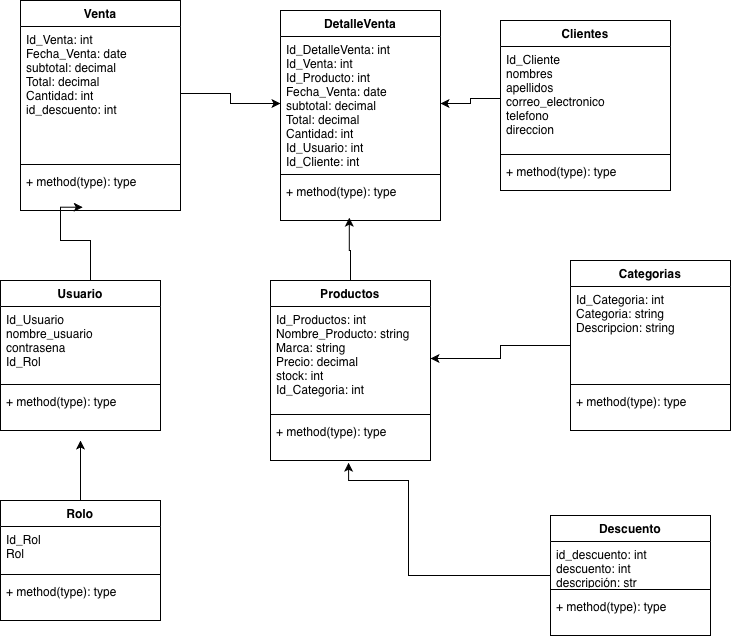
This is diagrama_clases.png from manasesrivas/database_sistema_ventas_productos, a draw.io export, as it was before one commit. Source tidied: cells renumbered, new cells last; positions are measured from the earlier drawing's top-left corner, leaving out a move shared by most shapes. Source of this version:
```xml
<mxGraphModel background="#FFFFFF">
  <root>
    <mxCell id="0" />
    <mxCell id="1" parent="0" />
    <mxCell id="2" style="edgeStyle=orthogonalEdgeStyle;rounded=0;jettySize=auto;html=1;entryX=1;entryY=0.5;entryDx=0;entryDy=0;" parent="1" edge="1" source="3" target="8">
      <mxGeometry relative="1" as="geometry" />
    </mxCell>
    <mxCell id="3" value="Categorias" style="swimlane;fontStyle=1;align=center;verticalAlign=top;horizontal=1;startSize=26;whiteSpace=wrap;html=1;" parent="1" vertex="1">
      <mxGeometry x="570" y="260" width="160" height="170" as="geometry" />
    </mxCell>
    <mxCell id="4" value="Id_Categoria: int&lt;div&gt;Categoria: string&lt;/div&gt;&lt;div&gt;Descripcion: string&lt;/div&gt;" style="text;strokeColor=none;fillColor=none;align=left;verticalAlign=top;spacingLeft=4;spacingRight=4;overflow=hidden;whiteSpace=wrap;html=1;" parent="3" vertex="1">
      <mxGeometry y="26" width="160" height="94" as="geometry" />
    </mxCell>
    <mxCell id="5" style="line;strokeWidth=1;fillColor=none;align=left;verticalAlign=middle;spacingTop=-1;spacingLeft=3;spacingRight=3;labelPosition=right;strokeColor=inherit;" parent="3" vertex="1">
      <mxGeometry y="120" width="160" height="8" as="geometry" />
    </mxCell>
    <mxCell id="6" value="+ method(type): type" style="text;strokeColor=none;fillColor=none;align=left;verticalAlign=top;spacingLeft=4;spacingRight=4;overflow=hidden;whiteSpace=wrap;html=1;" parent="3" vertex="1">
      <mxGeometry y="128" width="160" height="42" as="geometry" />
    </mxCell>
    <mxCell id="7" value="Productos" style="swimlane;fontStyle=1;align=center;verticalAlign=top;horizontal=1;startSize=26;whiteSpace=wrap;html=1;" parent="1" vertex="1">
      <mxGeometry x="270" y="280" width="160" height="180" as="geometry" />
    </mxCell>
    <mxCell id="8" value="Id_Productos: int&lt;div&gt;Nombre_Producto: string&lt;/div&gt;&lt;div&gt;Marca: string&lt;/div&gt;&lt;div&gt;Precio: decimal&lt;/div&gt;&lt;div&gt;stock: int&lt;/div&gt;&lt;div&gt;Id_Categoria: int&lt;/div&gt;" style="text;strokeColor=none;fillColor=none;align=left;verticalAlign=top;spacingLeft=4;spacingRight=4;overflow=hidden;points=[[0,0.5],[1,0.5]];portConstraint=eastwest;whiteSpace=wrap;html=1;" parent="7" vertex="1">
      <mxGeometry y="26" width="160" height="104" as="geometry" />
    </mxCell>
    <mxCell id="9" style="line;strokeWidth=1;fillColor=none;align=left;verticalAlign=middle;spacingTop=-1;spacingLeft=3;spacingRight=3;labelPosition=right;strokeColor=inherit;" parent="7" vertex="1">
      <mxGeometry y="130" width="160" height="8" as="geometry" />
    </mxCell>
    <mxCell id="10" value="+ method(type): type" style="text;strokeColor=none;fillColor=none;align=left;verticalAlign=top;spacingLeft=4;spacingRight=4;overflow=hidden;points=[[0,0.5],[1,0.5]];portConstraint=eastwest;whiteSpace=wrap;html=1;" parent="7" vertex="1">
      <mxGeometry y="138" width="160" height="42" as="geometry" />
    </mxCell>
    <mxCell id="11" value="Venta" style="swimlane;fontStyle=1;align=center;verticalAlign=top;horizontal=1;startSize=26;whiteSpace=wrap;html=1;" parent="1" vertex="1">
      <mxGeometry x="20" width="160" height="210" as="geometry" />
    </mxCell>
    <mxCell id="12" value="Id_Venta: int&lt;div&gt;Fecha_Venta: date&lt;/div&gt;&lt;div&gt;subtotal: decimal&lt;/div&gt;&lt;div&gt;Total: decimal&lt;/div&gt;&lt;div&gt;Cantidad: int&lt;/div&gt;&lt;div&gt;id_descuento: int&lt;/div&gt;" style="text;strokeColor=none;fillColor=none;align=left;verticalAlign=top;spacingLeft=4;spacingRight=4;overflow=hidden;points=[[0,0.5],[1,0.5]];portConstraint=eastwest;whiteSpace=wrap;html=1;" parent="11" vertex="1">
      <mxGeometry y="26" width="160" height="134" as="geometry" />
    </mxCell>
    <mxCell id="13" style="line;strokeWidth=1;fillColor=none;align=left;verticalAlign=middle;spacingTop=-1;spacingLeft=3;spacingRight=3;labelPosition=right;strokeColor=inherit;" parent="11" vertex="1">
      <mxGeometry y="160" width="160" height="8" as="geometry" />
    </mxCell>
    <mxCell id="14" value="+ method(type): type" style="text;strokeColor=none;fillColor=none;align=left;verticalAlign=top;spacingLeft=4;spacingRight=4;overflow=hidden;points=[[0,0.5],[1,0.5]];portConstraint=eastwest;whiteSpace=wrap;html=1;" parent="11" vertex="1">
      <mxGeometry y="168" width="160" height="42" as="geometry" />
    </mxCell>
    <mxCell id="15" value="DetalleVenta" style="swimlane;fontStyle=1;align=center;verticalAlign=top;horizontal=1;startSize=26;whiteSpace=wrap;html=1;" parent="1" vertex="1">
      <mxGeometry x="280" y="10" width="160" height="210" as="geometry" />
    </mxCell>
    <mxCell id="16" value="Id_DetalleVenta: int&lt;div&gt;Id_Venta: int&lt;/div&gt;&lt;div&gt;Id_Producto: int&lt;/div&gt;&lt;div&gt;Fecha_Venta: date&lt;/div&gt;&lt;div&gt;subtotal: decimal&lt;/div&gt;&lt;div&gt;Total: decimal&lt;/div&gt;&lt;div&gt;Cantidad: int&lt;/div&gt;&lt;div&gt;Id_Usuario: int&lt;/div&gt;&lt;div&gt;Id_Cliente: int&lt;/div&gt;" style="text;align=left;verticalAlign=top;spacingLeft=4;spacingRight=4;overflow=hidden;points=[[0,0.5],[1,0.5]];portConstraint=eastwest;whiteSpace=wrap;html=1;" parent="15" vertex="1">
      <mxGeometry y="26" width="160" height="134" as="geometry" />
    </mxCell>
    <mxCell id="17" style="line;strokeWidth=1;fillColor=none;align=left;verticalAlign=middle;spacingTop=-1;spacingLeft=3;spacingRight=3;labelPosition=right;strokeColor=inherit;" parent="15" vertex="1">
      <mxGeometry y="160" width="160" height="8" as="geometry" />
    </mxCell>
    <mxCell id="18" value="+ method(type): type" style="text;strokeColor=none;fillColor=none;align=left;verticalAlign=top;spacingLeft=4;spacingRight=4;overflow=hidden;points=[[0,0.5],[1,0.5]];portConstraint=eastwest;whiteSpace=wrap;html=1;" parent="15" vertex="1">
      <mxGeometry y="168" width="160" height="42" as="geometry" />
    </mxCell>
    <mxCell id="19" value="Clientes" style="swimlane;fontStyle=1;align=center;verticalAlign=top;horizontal=1;startSize=26;whiteSpace=wrap;html=1;" parent="1" vertex="1">
      <mxGeometry x="500" y="20" width="170" height="170" as="geometry" />
    </mxCell>
    <mxCell id="20" value="&lt;div&gt;Id_Cliente&lt;/div&gt;&lt;div&gt;&lt;span style=&quot;background-color: transparent; color: light-dark(rgb(0, 0, 0), rgb(255, 255, 255));&quot;&gt;nombres&amp;nbsp;&lt;/span&gt;&lt;/div&gt;&lt;div&gt;&lt;span style=&quot;background-color: transparent; color: light-dark(rgb(0, 0, 0), rgb(255, 255, 255));&quot;&gt;apellidos&lt;/span&gt;&lt;/div&gt;&lt;div&gt;correo_electronico&amp;nbsp;&lt;/div&gt;&lt;div&gt;telefono&amp;nbsp;&lt;/div&gt;&lt;div&gt;direccion&amp;nbsp;&lt;/div&gt;&lt;div&gt;&lt;br&gt;&lt;/div&gt;" style="text;strokeColor=none;fillColor=none;align=left;verticalAlign=top;spacingLeft=4;spacingRight=4;overflow=hidden;points=[[0,0.5],[1,0.5]];portConstraint=eastwest;whiteSpace=wrap;html=1;" parent="19" vertex="1">
      <mxGeometry y="26" width="170" height="104" as="geometry" />
    </mxCell>
    <mxCell id="21" style="line;strokeWidth=1;fillColor=none;align=left;verticalAlign=middle;spacingTop=-1;spacingLeft=3;spacingRight=3;labelPosition=right;strokeColor=inherit;" parent="19" vertex="1">
      <mxGeometry y="130" width="170" height="8" as="geometry" />
    </mxCell>
    <mxCell id="22" value="+ method(type): type" style="text;strokeColor=none;fillColor=none;align=left;verticalAlign=top;spacingLeft=4;spacingRight=4;overflow=hidden;whiteSpace=wrap;html=1;" parent="19" vertex="1">
      <mxGeometry y="138" width="170" height="32" as="geometry" />
    </mxCell>
    <mxCell id="23" value="Usuario" style="swimlane;fontStyle=1;align=center;verticalAlign=top;horizontal=1;startSize=26;whiteSpace=wrap;html=1;" parent="1" vertex="1">
      <mxGeometry y="280" width="160" height="150" as="geometry" />
    </mxCell>
    <mxCell id="24" value="&lt;div&gt;Id_Usuario&lt;/div&gt;&lt;div&gt;nombre_usuario&lt;/div&gt;&lt;div&gt;contrasena&amp;nbsp;&lt;/div&gt;&lt;div&gt;Id_Rol&lt;/div&gt;" style="text;strokeColor=none;fillColor=none;align=left;verticalAlign=top;spacingLeft=4;spacingRight=4;overflow=hidden;whiteSpace=wrap;html=1;" parent="23" vertex="1">
      <mxGeometry y="26" width="160" height="74" as="geometry" />
    </mxCell>
    <mxCell id="25" style="line;strokeWidth=1;fillColor=none;align=left;verticalAlign=middle;spacingTop=-1;spacingLeft=3;spacingRight=3;labelPosition=right;strokeColor=inherit;" parent="23" vertex="1">
      <mxGeometry y="100" width="160" height="8" as="geometry" />
    </mxCell>
    <mxCell id="26" value="+ method(type): type" style="text;strokeColor=none;fillColor=none;align=left;verticalAlign=top;spacingLeft=4;spacingRight=4;overflow=hidden;whiteSpace=wrap;html=1;" parent="23" vertex="1">
      <mxGeometry y="108" width="160" height="42" as="geometry" />
    </mxCell>
    <mxCell id="27" style="edgeStyle=orthogonalEdgeStyle;rounded=0;jettySize=auto;html=1;" parent="1" edge="1" source="28">
      <mxGeometry relative="1" as="geometry">
        <mxPoint x="80" y="440" as="targetPoint" />
      </mxGeometry>
    </mxCell>
    <mxCell id="28" value="Rolo" style="swimlane;fontStyle=1;align=center;verticalAlign=top;horizontal=1;startSize=26;whiteSpace=wrap;html=1;" parent="1" vertex="1">
      <mxGeometry y="500" width="160" height="120" as="geometry" />
    </mxCell>
    <mxCell id="29" value="&lt;div&gt;Id_Rol&lt;/div&gt;&lt;div&gt;&lt;span style=&quot;background-color: transparent; color: light-dark(rgb(0, 0, 0), rgb(255, 255, 255));&quot;&gt;Rol&amp;nbsp;&lt;/span&gt;&lt;/div&gt;" style="text;strokeColor=none;fillColor=none;align=left;verticalAlign=top;spacingLeft=4;spacingRight=4;overflow=hidden;whiteSpace=wrap;html=1;" parent="28" vertex="1">
      <mxGeometry y="26" width="160" height="44" as="geometry" />
    </mxCell>
    <mxCell id="30" style="line;strokeWidth=1;fillColor=none;align=left;verticalAlign=middle;spacingTop=-1;spacingLeft=3;spacingRight=3;labelPosition=right;strokeColor=inherit;" parent="28" vertex="1">
      <mxGeometry y="70" width="160" height="8" as="geometry" />
    </mxCell>
    <mxCell id="31" value="+ method(type): type" style="text;strokeColor=none;fillColor=none;align=left;verticalAlign=top;spacingLeft=4;spacingRight=4;overflow=hidden;whiteSpace=wrap;html=1;" parent="28" vertex="1">
      <mxGeometry y="78" width="160" height="42" as="geometry" />
    </mxCell>
    <mxCell id="32" style="edgeStyle=orthogonalEdgeStyle;rounded=0;jettySize=auto;html=1;exitX=1;exitY=0.5;exitDx=0;exitDy=0;" parent="1" edge="1" source="12" target="16">
      <mxGeometry relative="1" as="geometry" />
    </mxCell>
    <mxCell id="33" style="edgeStyle=orthogonalEdgeStyle;rounded=0;jettySize=auto;html=1;exitX=0;exitY=0.5;exitDx=0;exitDy=0;entryX=1;entryY=0.5;entryDx=0;entryDy=0;" parent="1" edge="1" source="20" target="16">
      <mxGeometry relative="1" as="geometry" />
    </mxCell>
    <mxCell id="34" style="edgeStyle=orthogonalEdgeStyle;rounded=0;jettySize=auto;html=1;entryX=0.389;entryY=0.922;entryDx=0;entryDy=0;entryPerimeter=0;" parent="1" edge="1" source="23" target="14">
      <mxGeometry relative="1" as="geometry">
        <Array as="points">
          <mxPoint x="90" y="240" />
          <mxPoint x="60" y="240" />
          <mxPoint x="60" y="207" />
        </Array>
      </mxGeometry>
    </mxCell>
    <mxCell id="35" style="edgeStyle=orthogonalEdgeStyle;rounded=0;jettySize=auto;html=1;exitX=0.5;exitY=0;exitDx=0;exitDy=0;entryX=0.43;entryY=0.933;entryDx=0;entryDy=0;entryPerimeter=0;" parent="1" edge="1" source="7" target="18">
      <mxGeometry relative="1" as="geometry">
        <Array as="points">
          <mxPoint x="350" y="250" />
          <mxPoint x="348" y="250" />
          <mxPoint x="348" y="217" />
        </Array>
      </mxGeometry>
    </mxCell>
    <mxCell id="36" value="&lt;div&gt;Descuento&lt;/div&gt;" style="swimlane;fontStyle=1;align=center;verticalAlign=top;horizontal=1;startSize=26;whiteSpace=wrap;html=1;" parent="1" vertex="1">
      <mxGeometry x="550" y="515" width="160" height="120" as="geometry" />
    </mxCell>
    <mxCell id="37" value="id_descuento: int&lt;div&gt;descuento: int&lt;/div&gt;&lt;div&gt;descripción: str&lt;/div&gt;" style="text;strokeColor=none;fillColor=none;align=left;verticalAlign=top;spacingLeft=4;spacingRight=4;overflow=hidden;points=[[0,0.5],[1,0.5]];portConstraint=eastwest;whiteSpace=wrap;html=1;" parent="36" vertex="1">
      <mxGeometry y="26" width="160" height="44" as="geometry" />
    </mxCell>
    <mxCell id="38" style="line;strokeWidth=1;fillColor=none;align=left;verticalAlign=middle;spacingTop=-1;spacingLeft=3;spacingRight=3;labelPosition=right;strokeColor=inherit;" parent="36" vertex="1">
      <mxGeometry y="70" width="160" height="8" as="geometry" />
    </mxCell>
    <mxCell id="39" value="+ method(type): type" style="text;strokeColor=none;fillColor=none;align=left;verticalAlign=top;spacingLeft=4;spacingRight=4;overflow=hidden;whiteSpace=wrap;html=1;" parent="36" vertex="1">
      <mxGeometry y="78" width="160" height="42" as="geometry" />
    </mxCell>
    <mxCell id="40" style="edgeStyle=orthogonalEdgeStyle;rounded=0;jettySize=auto;html=1;entryX=0.488;entryY=1.052;entryDx=0;entryDy=0;entryPerimeter=0;" parent="1" edge="1" source="36" target="10">
      <mxGeometry relative="1" as="geometry">
        <Array as="points">
          <mxPoint x="408" y="575" />
          <mxPoint x="408" y="480" />
          <mxPoint x="348" y="480" />
        </Array>
      </mxGeometry>
    </mxCell>
  </root>
</mxGraphModel>
```
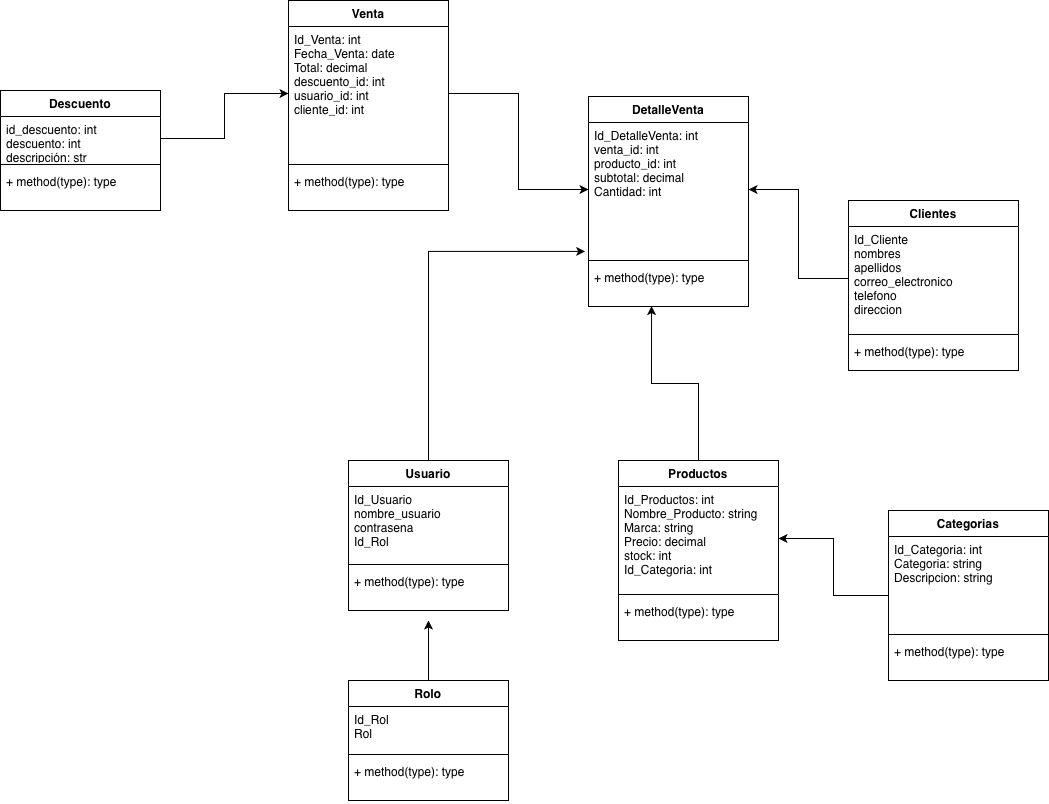
After the change.

Commit message:
feat: se agrega ventas, y detalle venta

What changed in the source:
```diff
@@ -6,7 +6,7 @@
       <mxGeometry relative="1" as="geometry" />
     </mxCell>
     <mxCell id="3" value="Categorias" style="swimlane;fontStyle=1;align=center;verticalAlign=top;horizontal=1;startSize=26;whiteSpace=wrap;html=1;" parent="1" vertex="1">
-      <mxGeometry x="570" y="260" width="160" height="170" as="geometry" />
+      <mxGeometry x="540" y="330" width="160" height="170" as="geometry" />
     </mxCell>
     <mxCell id="4" value="Id_Categoria: int&lt;div&gt;Categoria: string&lt;/div&gt;&lt;div&gt;Descripcion: string&lt;/div&gt;" style="text;strokeColor=none;fillColor=none;align=left;verticalAlign=top;spacingLeft=4;spacingRight=4;overflow=hidden;whiteSpace=wrap;html=1;" parent="3" vertex="1">
       <mxGeometry y="26" width="160" height="94" as="geometry" />
@@ -30,9 +30,9 @@
       <mxGeometry y="138" width="160" height="42" as="geometry" />
     </mxCell>
     <mxCell id="11" value="Venta" style="swimlane;fontStyle=1;align=center;verticalAlign=top;horizontal=1;startSize=26;whiteSpace=wrap;html=1;" parent="1" vertex="1">
-      <mxGeometry x="20" width="160" height="210" as="geometry" />
+      <mxGeometry x="-60" y="-180" width="160" height="210" as="geometry" />
     </mxCell>
-    <mxCell id="12" value="Id_Venta: int&lt;div&gt;Fecha_Venta: date&lt;/div&gt;&lt;div&gt;subtotal: decimal&lt;/div&gt;&lt;div&gt;Total: decimal&lt;/div&gt;&lt;div&gt;Cantidad: int&lt;/div&gt;&lt;div&gt;id_descuento: int&lt;/div&gt;" style="text;strokeColor=none;fillColor=none;align=left;verticalAlign=top;spacingLeft=4;spacingRight=4;overflow=hidden;points=[[0,0.5],[1,0.5]];portConstraint=eastwest;whiteSpace=wrap;html=1;" parent="11" vertex="1">
+    <mxCell id="12" value="Id_Venta: int&lt;div&gt;Fecha_Venta: date&lt;/div&gt;&lt;div&gt;Total: decimal&lt;/div&gt;&lt;div&gt;descuento_id: int&lt;/div&gt;&lt;div&gt;&lt;div&gt;usuario_id: int&lt;/div&gt;&lt;div&gt;cliente_id: int&lt;/div&gt;&lt;/div&gt;" style="text;strokeColor=none;fillColor=none;align=left;verticalAlign=top;spacingLeft=4;spacingRight=4;overflow=hidden;points=[[0,0.5],[1,0.5]];portConstraint=eastwest;whiteSpace=wrap;html=1;" parent="11" vertex="1">
       <mxGeometry y="26" width="160" height="134" as="geometry" />
     </mxCell>
     <mxCell id="13" style="line;strokeWidth=1;fillColor=none;align=left;verticalAlign=middle;spacingTop=-1;spacingLeft=3;spacingRight=3;labelPosition=right;strokeColor=inherit;" parent="11" vertex="1">
@@ -42,9 +42,9 @@
       <mxGeometry y="168" width="160" height="42" as="geometry" />
     </mxCell>
     <mxCell id="15" value="DetalleVenta" style="swimlane;fontStyle=1;align=center;verticalAlign=top;horizontal=1;startSize=26;whiteSpace=wrap;html=1;" parent="1" vertex="1">
-      <mxGeometry x="280" y="10" width="160" height="210" as="geometry" />
+      <mxGeometry x="240" y="-84" width="160" height="210" as="geometry" />
     </mxCell>
-    <mxCell id="16" value="Id_DetalleVenta: int&lt;div&gt;Id_Venta: int&lt;/div&gt;&lt;div&gt;Id_Producto: int&lt;/div&gt;&lt;div&gt;Fecha_Venta: date&lt;/div&gt;&lt;div&gt;subtotal: decimal&lt;/div&gt;&lt;div&gt;Total: decimal&lt;/div&gt;&lt;div&gt;Cantidad: int&lt;/div&gt;&lt;div&gt;Id_Usuario: int&lt;/div&gt;&lt;div&gt;Id_Cliente: int&lt;/div&gt;" style="text;align=left;verticalAlign=top;spacingLeft=4;spacingRight=4;overflow=hidden;points=[[0,0.5],[1,0.5]];portConstraint=eastwest;whiteSpace=wrap;html=1;" parent="15" vertex="1">
+    <mxCell id="16" value="Id_DetalleVenta: int&lt;div&gt;venta_id: int&lt;/div&gt;&lt;div&gt;producto_id: int&lt;/div&gt;&lt;div&gt;subtotal: decimal&lt;br&gt;&lt;/div&gt;&lt;div&gt;Cantidad: int&lt;/div&gt;&lt;div&gt;&lt;br&gt;&lt;/div&gt;" style="text;align=left;verticalAlign=top;spacingLeft=4;spacingRight=4;overflow=hidden;points=[[0,0.5],[1,0.5]];portConstraint=eastwest;whiteSpace=wrap;html=1;" parent="15" vertex="1">
       <mxGeometry y="26" width="160" height="134" as="geometry" />
     </mxCell>
     <mxCell id="17" style="line;strokeWidth=1;fillColor=none;align=left;verticalAlign=middle;spacingTop=-1;spacingLeft=3;spacingRight=3;labelPosition=right;strokeColor=inherit;" parent="15" vertex="1">
@@ -100,26 +100,8 @@
     <mxCell id="33" style="edgeStyle=orthogonalEdgeStyle;rounded=0;jettySize=auto;html=1;exitX=0;exitY=0.5;exitDx=0;exitDy=0;entryX=1;entryY=0.5;entryDx=0;entryDy=0;" parent="1" edge="1" source="20" target="16">
       <mxGeometry relative="1" as="geometry" />
     </mxCell>
-    <mxCell id="34" style="edgeStyle=orthogonalEdgeStyle;rounded=0;jettySize=auto;html=1;entryX=0.389;entryY=0.922;entryDx=0;entryDy=0;entryPerimeter=0;" parent="1" edge="1" source="23" target="14">
-      <mxGeometry relative="1" as="geometry">
-        <Array as="points">
-          <mxPoint x="90" y="240" />
-          <mxPoint x="60" y="240" />
-          <mxPoint x="60" y="207" />
-        </Array>
-      </mxGeometry>
-    </mxCell>
-    <mxCell id="35" style="edgeStyle=orthogonalEdgeStyle;rounded=0;jettySize=auto;html=1;exitX=0.5;exitY=0;exitDx=0;exitDy=0;entryX=0.43;entryY=0.933;entryDx=0;entryDy=0;entryPerimeter=0;" parent="1" edge="1" source="7" target="18">
-      <mxGeometry relative="1" as="geometry">
-        <Array as="points">
-          <mxPoint x="350" y="250" />
-          <mxPoint x="348" y="250" />
-          <mxPoint x="348" y="217" />
-        </Array>
-      </mxGeometry>
-    </mxCell>
     <mxCell id="36" value="&lt;div&gt;Descuento&lt;/div&gt;" style="swimlane;fontStyle=1;align=center;verticalAlign=top;horizontal=1;startSize=26;whiteSpace=wrap;html=1;" parent="1" vertex="1">
-      <mxGeometry x="550" y="515" width="160" height="120" as="geometry" />
+      <mxGeometry x="-348" y="-90" width="160" height="120" as="geometry" />
     </mxCell>
     <mxCell id="37" value="id_descuento: int&lt;div&gt;descuento: int&lt;/div&gt;&lt;div&gt;descripción: str&lt;/div&gt;" style="text;strokeColor=none;fillColor=none;align=left;verticalAlign=top;spacingLeft=4;spacingRight=4;overflow=hidden;points=[[0,0.5],[1,0.5]];portConstraint=eastwest;whiteSpace=wrap;html=1;" parent="36" vertex="1">
       <mxGeometry y="26" width="160" height="44" as="geometry" />
@@ -130,14 +112,14 @@
     <mxCell id="39" value="+ method(type): type" style="text;strokeColor=none;fillColor=none;align=left;verticalAlign=top;spacingLeft=4;spacingRight=4;overflow=hidden;whiteSpace=wrap;html=1;" parent="36" vertex="1">
       <mxGeometry y="78" width="160" height="42" as="geometry" />
     </mxCell>
-    <mxCell id="40" style="edgeStyle=orthogonalEdgeStyle;rounded=0;jettySize=auto;html=1;entryX=0.488;entryY=1.052;entryDx=0;entryDy=0;entryPerimeter=0;" parent="1" edge="1" source="36" target="10">
-      <mxGeometry relative="1" as="geometry">
-        <Array as="points">
-          <mxPoint x="408" y="575" />
-          <mxPoint x="408" y="480" />
-          <mxPoint x="348" y="480" />
-        </Array>
-      </mxGeometry>
-    </mxCell>
+    <mxCell id="35" style="edgeStyle=orthogonalEdgeStyle;rounded=0;jettySize=auto;html=1;entryX=0.394;entryY=0.99;entryDx=0;entryDy=0;entryPerimeter=0;" parent="1" edge="1" source="7" target="18">
+      <mxGeometry relative="1" as="geometry" />
+    </mxCell>
+    <mxCell id="41" style="edgeStyle=orthogonalEdgeStyle;rounded=0;jettySize=auto;html=1;entryX=-0.021;entryY=0.962;entryDx=0;entryDy=0;entryPerimeter=0;" parent="1" edge="1" source="23" target="16">
+      <mxGeometry relative="1" as="geometry" />
+    </mxCell>
+    <mxCell id="42" style="edgeStyle=orthogonalEdgeStyle;rounded=0;jettySize=auto;html=1;entryX=0;entryY=0.5;entryDx=0;entryDy=0;" parent="1" edge="1" source="37" target="12">
+      <mxGeometry relative="1" as="geometry" />
+    </mxCell>
   </root>
 </mxGraphModel>
```
